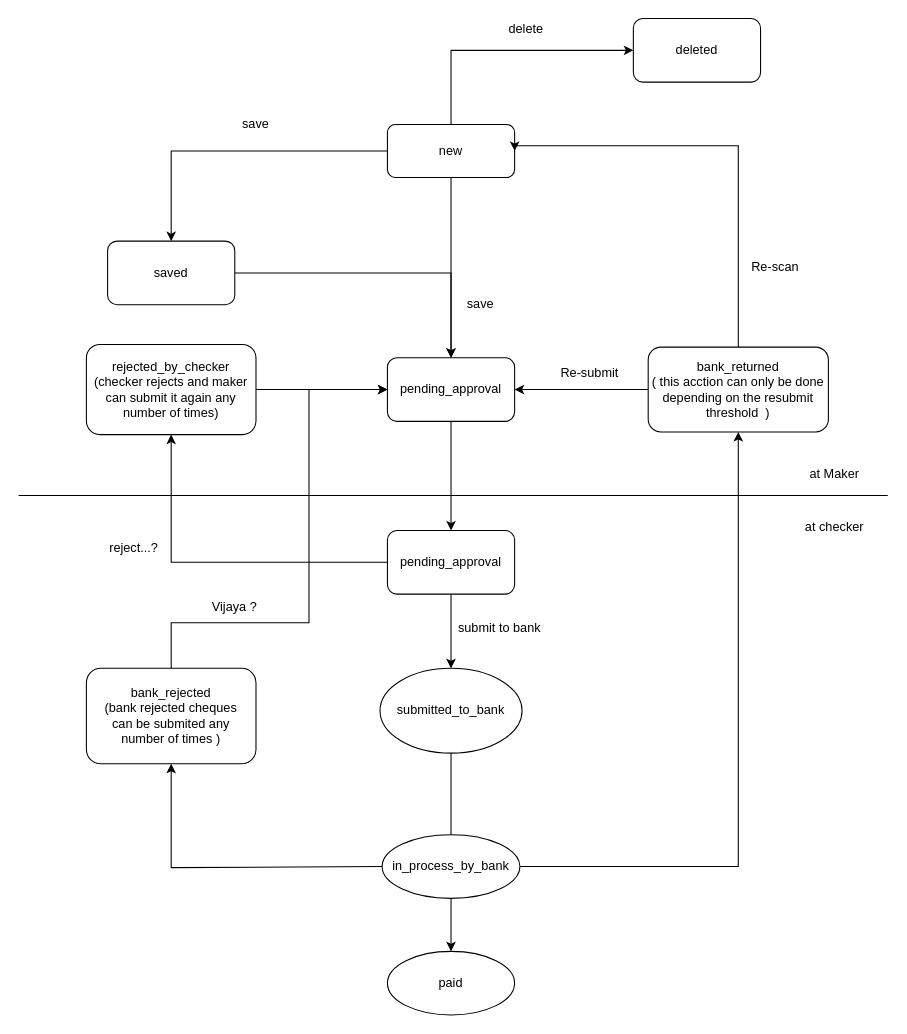
Above: page "Checker- Maker" (1 of 2) of Untitled Diagram.drawio in SyamuNani/maps (draw.io), before the change. Source tidied: cells renumbered, new cells numbered last; positions are measured from the earlier drawing's top-left corner, leaving out a move shared by most shapes. Both pictures are drawn from the tidied source at 106%, with x=0, y=0 at pixel (18, 18).
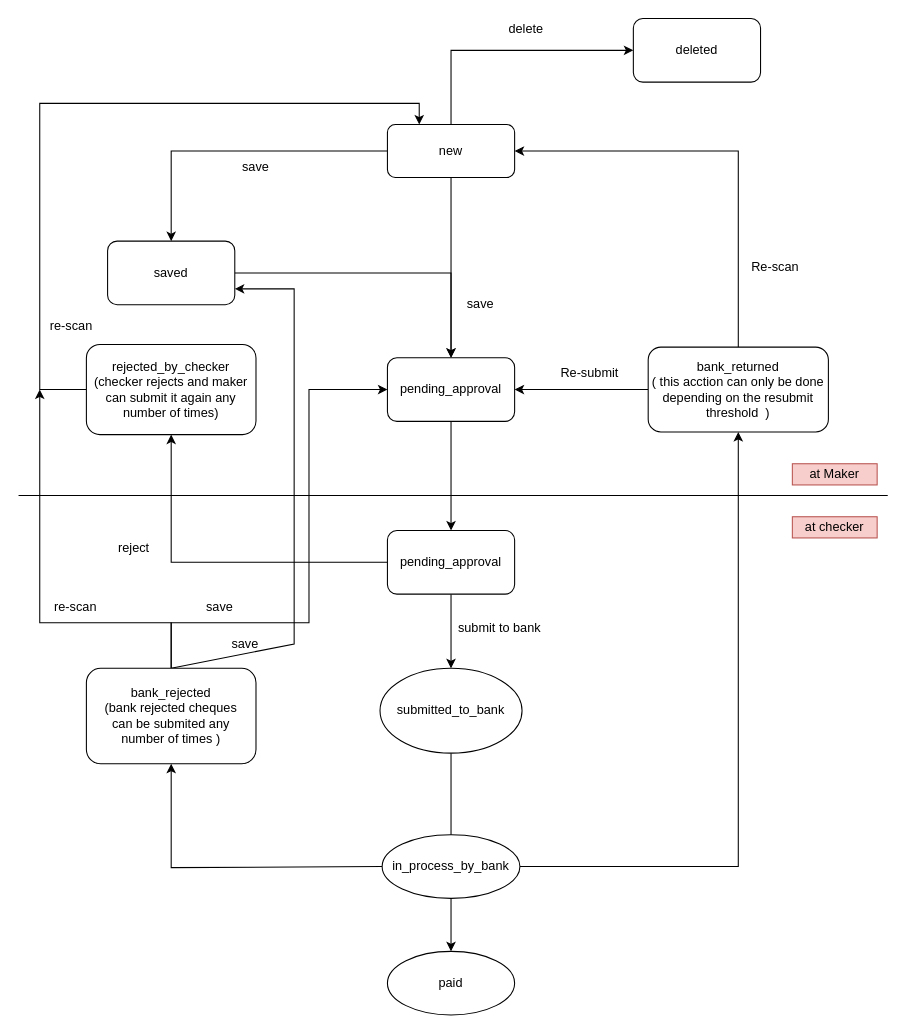
Above is the later version.

Unchanged cells that the change refers to:
```xml
<mxCell id="5" value="new" style="rounded=1;whiteSpace=wrap;html=1;" parent="1" vertex="1">
  <mxGeometry x="348" y="100" width="120" height="50" as="geometry" />
</mxCell>
<mxCell id="7" value="saved" style="rounded=1;whiteSpace=wrap;html=1;" parent="1" vertex="1">
  <mxGeometry x="84" y="210" width="120" height="60" as="geometry" />
</mxCell>
<mxCell id="9" value="pending_approval" style="rounded=1;whiteSpace=wrap;html=1;" parent="1" vertex="1">
  <mxGeometry x="348" y="320" width="120" height="60" as="geometry" />
</mxCell>
<mxCell id="15" value="rejected_by_checker&lt;br&gt;(checker rejects and maker can submit it again any number of times)" style="rounded=1;whiteSpace=wrap;html=1;" parent="1" vertex="1">
  <mxGeometry x="64" y="307.5" width="160" height="85" as="geometry" />
</mxCell>
<mxCell id="22" value="bank_returned&lt;br&gt;( this acction can only be done depending on the resubmit threshold&amp;nbsp; )" style="rounded=1;whiteSpace=wrap;html=1;" parent="1" vertex="1">
  <mxGeometry x="594" y="310" width="170" height="80" as="geometry" />
</mxCell>
<mxCell id="26" value="bank_rejected&lt;br&gt;(bank rejected cheques &lt;br&gt;can be submited any &lt;br&gt;number of times )" style="rounded=1;whiteSpace=wrap;html=1;" parent="1" vertex="1">
  <mxGeometry x="64" y="613" width="160" height="90" as="geometry" />
</mxCell>
```

Change to the diagram source:
```diff
@@
-    <mxCell id="14" style="edgeStyle=orthogonalEdgeStyle;rounded=0;jettySize=auto;html=1;" parent="1" edge="1" source="15" target="9">
-      <mxGeometry relative="1" as="geometry" />
-    </mxCell>
+    <mxCell id="39" style="edgeStyle=none;html=1;exitX=0;exitY=0.5;exitDx=0;exitDy=0;rounded=0;entryX=0.25;entryY=0;entryDx=0;entryDy=0;" parent="1" edge="1" source="15" target="5">
+      <mxGeometry relative="1" as="geometry">
+        <Array as="points">
+          <mxPoint x="20" y="350" />
+          <mxPoint x="20" y="80" />
+          <mxPoint x="378" y="80" />
+        </Array>
+      </mxGeometry>
+    </mxCell>
@@
     <mxCell id="21" style="edgeStyle=orthogonalEdgeStyle;rounded=0;jettySize=auto;html=1;entryX=1;entryY=0.5;entryDx=0;entryDy=0;" parent="1" edge="1" source="22" target="5">
       <mxGeometry relative="1" as="geometry">
         <Array as="points">
-          <mxPoint x="679" y="120" />
+          <mxPoint x="679" y="125" />
         </Array>
       </mxGeometry>
     </mxCell>
@@
+    <mxCell id="40" style="edgeStyle=none;rounded=0;html=1;exitX=0.5;exitY=0;exitDx=0;exitDy=0;" parent="1" edge="1" source="26">
+      <mxGeometry relative="1" as="geometry">
+        <mxPoint x="20" y="350" as="targetPoint" />
+        <Array as="points">
+          <mxPoint x="144" y="570" />
+          <mxPoint x="20" y="570" />
+        </Array>
+      </mxGeometry>
+    </mxCell>
+    <mxCell id="41" style="edgeStyle=none;rounded=0;html=1;exitX=0.5;exitY=0;exitDx=0;exitDy=0;entryX=1;entryY=0.75;entryDx=0;entryDy=0;" parent="1" edge="1" source="26" target="7">
+      <mxGeometry relative="1" as="geometry">
+        <Array as="points">
+          <mxPoint x="260" y="590" />
+          <mxPoint x="260" y="255" />
+        </Array>
+      </mxGeometry>
+    </mxCell>
@@
-    <mxCell id="27" value="Vijaya ?" style="text;html=1;strokeColor=none;fillColor=none;align=center;verticalAlign=middle;whiteSpace=wrap;rounded=0;" parent="1" vertex="1">
-      <mxGeometry x="174" y="544.5" width="60" height="20" as="geometry" />
+    <mxCell id="27" value="save" style="text;html=1;strokeColor=none;fillColor=none;align=center;verticalAlign=middle;whiteSpace=wrap;rounded=0;" parent="1" vertex="1">
+      <mxGeometry x="184" y="580" width="60" height="20" as="geometry" />
     </mxCell>
@@
     <mxCell id="29" value="save" style="text;html=1;strokeColor=none;fillColor=none;align=center;verticalAlign=middle;whiteSpace=wrap;rounded=0;" parent="1" vertex="1">
-      <mxGeometry x="204" y="90" width="40" height="20" as="geometry" />
+      <mxGeometry x="204" y="130" width="40" height="20" as="geometry" />
     </mxCell>
-    <mxCell id="30" value="reject...?" style="text;html=1;strokeColor=none;fillColor=none;align=center;verticalAlign=middle;whiteSpace=wrap;rounded=0;" parent="1" vertex="1">
+    <mxCell id="30" value="reject" style="text;html=1;strokeColor=none;fillColor=none;align=center;verticalAlign=middle;whiteSpace=wrap;rounded=0;" parent="1" vertex="1">
       <mxGeometry x="84" y="490" width="50" height="20" as="geometry" />
     </mxCell>
@@
-    <mxCell id="36" value="at checker" style="text;html=1;strokeColor=none;fillColor=none;align=center;verticalAlign=middle;whiteSpace=wrap;rounded=0;" parent="1" vertex="1">
+    <mxCell id="36" value="at checker" style="text;html=1;strokeColor=#b85450;fillColor=#f8cecc;align=center;verticalAlign=middle;whiteSpace=wrap;rounded=0;" parent="1" vertex="1">
       <mxGeometry x="730" y="470" width="80" height="20" as="geometry" />
     </mxCell>
-    <mxCell id="37" value="at Maker" style="text;html=1;strokeColor=none;fillColor=none;align=center;verticalAlign=middle;whiteSpace=wrap;rounded=0;" parent="1" vertex="1">
+    <mxCell id="37" value="at Maker" style="text;html=1;strokeColor=#b85450;fillColor=#f8cecc;align=center;verticalAlign=middle;whiteSpace=wrap;rounded=0;" parent="1" vertex="1">
       <mxGeometry x="730" y="420" width="80" height="20" as="geometry" />
     </mxCell>
@@
+    <mxCell id="42" value="re-scan" style="text;html=1;strokeColor=none;fillColor=none;align=center;verticalAlign=middle;whiteSpace=wrap;rounded=0;" parent="1" vertex="1">
+      <mxGeometry x="20" y="280" width="60" height="20" as="geometry" />
+    </mxCell>
+    <mxCell id="43" value="re-scan" style="text;html=1;strokeColor=none;fillColor=none;align=center;verticalAlign=middle;whiteSpace=wrap;rounded=0;" parent="1" vertex="1">
+      <mxGeometry x="24" y="545" width="60" height="20" as="geometry" />
+    </mxCell>
+    <mxCell id="44" value="save" style="text;html=1;strokeColor=none;fillColor=none;align=center;verticalAlign=middle;whiteSpace=wrap;rounded=0;" parent="1" vertex="1">
+      <mxGeometry x="160" y="545" width="60" height="20" as="geometry" />
+    </mxCell>
```
